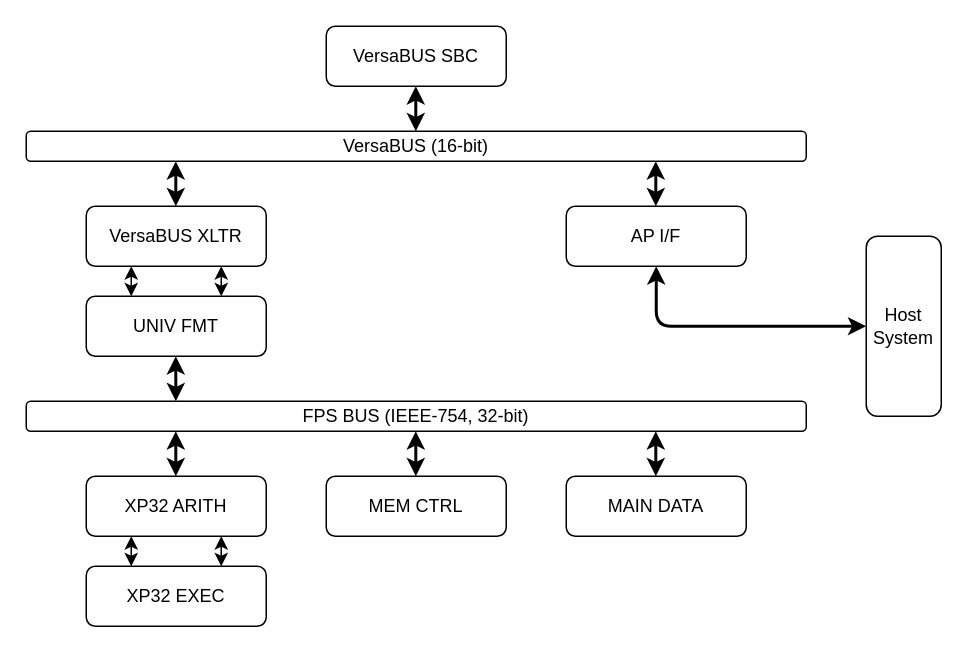
Earlier version of the draw.io diagram FPS 3000/Layout.drawio (VodaCode-Official/FloatingPointSystems). Source tidied: cells renumbered, new cells numbered last; positions are measured from the earlier drawing's top-left corner, leaving out a move shared by most shapes. Both pictures are drawn from the tidied source at 150%, with x=0, y=0 at pixel (26, 26).
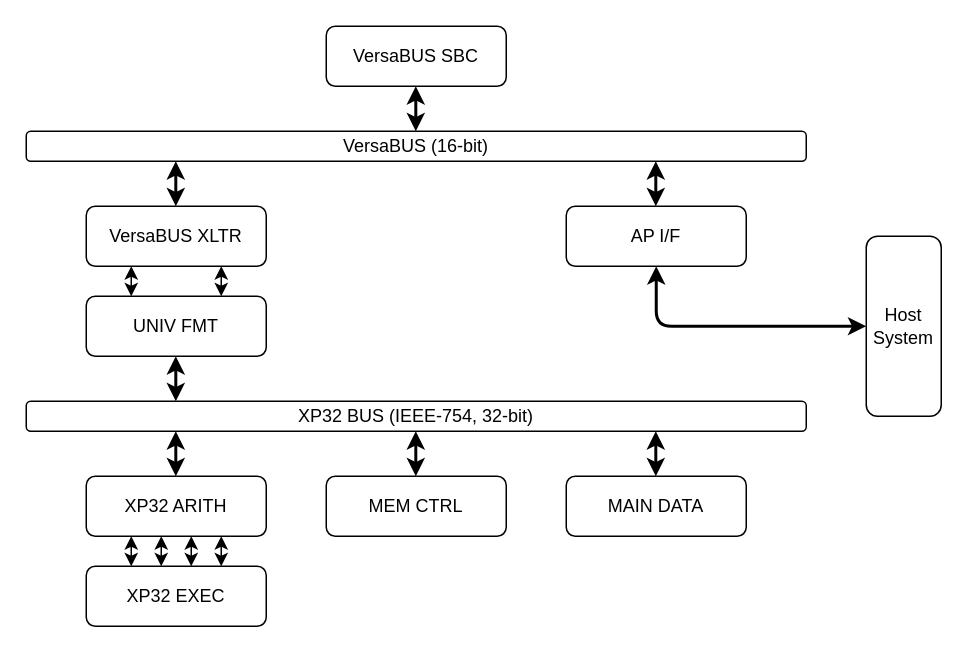
After the change.

Diff of the diagram source:
```diff
@@
-    <mxCell id="11" value="FPS BUS (IEEE-754, 32-bit)" style="rounded=1;whiteSpace=wrap;html=1;" parent="1" vertex="1">
+    <mxCell id="11" value="XP32 BUS (IEEE-754, 32-bit)" style="rounded=1;whiteSpace=wrap;html=1;" parent="1" vertex="1">
       <mxGeometry y="250" width="520" height="20" as="geometry" />
     </mxCell>
@@
+    <mxCell id="25" style="endArrow=classic;startArrow=classic;html=1;rounded=0;exitX=0.25;exitY=0;exitDx=0;exitDy=0;entryX=0.25;entryY=1;entryDx=0;entryDy=0;" parent="1" edge="1">
+      <mxGeometry relative="1" as="geometry">
+        <mxPoint x="90" y="360" as="sourcePoint" />
+        <mxPoint x="90" y="340" as="targetPoint" />
+      </mxGeometry>
+    </mxCell>
+    <mxCell id="26" style="endArrow=classic;startArrow=classic;html=1;rounded=0;entryX=0.75;entryY=0;entryDx=0;entryDy=0;exitX=0.75;exitY=1;exitDx=0;exitDy=0;" parent="1" edge="1">
+      <mxGeometry relative="1" as="geometry">
+        <mxPoint x="110" y="340" as="sourcePoint" />
+        <mxPoint x="110" y="360" as="targetPoint" />
+      </mxGeometry>
+    </mxCell>
```
